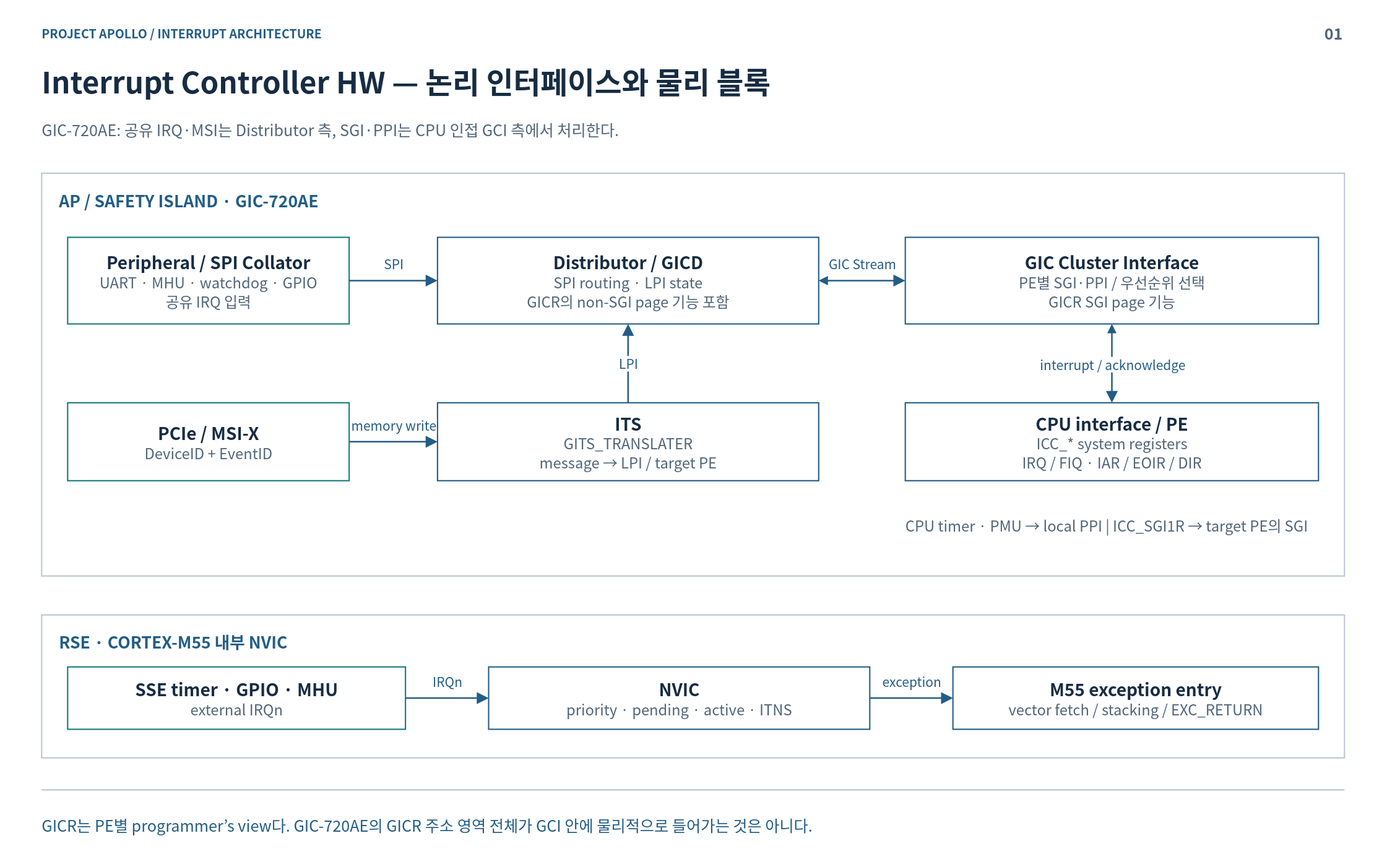
The draw.io diagram doc/phase1/interrupt/diagrams/01-hardware.drawio.svg in cometzero/project-apollo, before a commit. Source tidied: cells renumbered, new cells last; positions are measured from the earlier drawing's top-left corner, leaving out a move shared by most shapes.
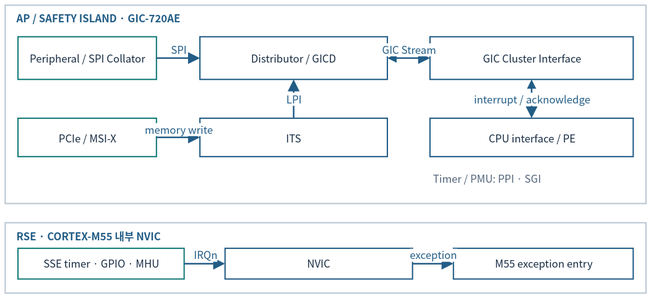
After the commit.

The edit, as a diff of the source:
```diff
@@ -2,101 +2,77 @@
   <root>
     <mxCell id="0" />
     <mxCell id="1" parent="0" />
-    <mxCell id="2" style="rounded=0;whiteSpace=wrap;html=1;fillColor=#FFFFFF;strokeColor=none;strokeWidth=1.5;fontColor=#172C43;fontFamily=Noto Sans CJK KR;fontSize=18;spacing=14;" parent="1" vertex="1">
-      <mxGeometry width="1600" height="1000" as="geometry" />
-    </mxCell>
-    <mxCell id="3" value="PROJECT APOLLO  /  INTERRUPT ARCHITECTURE" style="rounded=0;whiteSpace=wrap;html=1;fillColor=#FFFFFF;strokeColor=none;strokeWidth=1.5;fontColor=#172C43;fontFamily=Noto Sans CJK KR;fontSize=18;spacing=14;fillColor=none;align=left;verticalAlign=middle;spacing=0;fontSize=14;fontColor=#235D86;fontStyle=1;" parent="1" vertex="1">
-      <mxGeometry x="48" y="26" width="1400" height="24" as="geometry" />
-    </mxCell>
-    <mxCell id="4" value="01" style="rounded=0;whiteSpace=wrap;html=1;fillColor=#FFFFFF;strokeColor=none;strokeWidth=1.5;fontColor=#172C43;fontFamily=Noto Sans CJK KR;fontSize=18;spacing=14;fillColor=none;align=right;verticalAlign=middle;spacing=0;fontSize=18;fontColor=#52657A;fontStyle=1;" parent="1" vertex="1">
-      <mxGeometry x="1485" y="23" width="65" height="30" as="geometry" />
-    </mxCell>
-    <mxCell id="5" value="Interrupt Controller HW — 논리 인터페이스와 물리 블록" style="rounded=0;whiteSpace=wrap;html=1;fillColor=#FFFFFF;strokeColor=none;strokeWidth=1.5;fontColor=#172C43;fontFamily=Noto Sans CJK KR;fontSize=18;spacing=14;fillColor=none;align=left;verticalAlign=middle;spacing=0;fontSize=34;fontColor=#172C43;fontStyle=1;" parent="1" vertex="1">
-      <mxGeometry x="48" y="67" width="1504" height="54" as="geometry" />
-    </mxCell>
-    <mxCell id="6" value="GIC-720AE: 공유 IRQ·MSI는 Distributor 측, SGI·PPI는 CPU 인접 GCI 측에서 처리한다." style="rounded=0;whiteSpace=wrap;html=1;fillColor=#FFFFFF;strokeColor=none;strokeWidth=1.5;fontColor=#172C43;fontFamily=Noto Sans CJK KR;fontSize=18;spacing=14;fillColor=none;align=left;verticalAlign=middle;spacing=0;fontSize=18;fontColor=#52657A;" parent="1" vertex="1">
-      <mxGeometry x="48" y="127" width="1504" height="44" as="geometry" />
-    </mxCell>
-    <mxCell id="7" style="html=1;rounded=0;edgeStyle=none;endArrow=none;endSize=9;strokeColor=#BAC7D3;strokeWidth=1.6;fontColor=#BAC7D3;fontFamily=Noto Sans CJK KR;fontSize=15;labelBackgroundColor=#FFFFFF;" parent="1" edge="1">
-      <mxGeometry relative="1" as="geometry">
-        <mxPoint x="48" y="912" as="sourcePoint" />
-        <mxPoint x="1552" y="912" as="targetPoint" />
-      </mxGeometry>
-    </mxCell>
-    <mxCell id="8" value="GICR는 PE별 programmer’s view다. GIC-720AE의 GICR 주소 영역 전체가 GCI 안에 물리적으로 들어가는 것은 아니다." style="rounded=0;whiteSpace=wrap;html=1;fillColor=#FFFFFF;strokeColor=none;strokeWidth=1.5;fontColor=#172C43;fontFamily=Noto Sans CJK KR;fontSize=18;spacing=14;fillColor=none;align=left;verticalAlign=middle;spacing=0;fontSize=18;fontColor=#235D86;" parent="1" vertex="1">
-      <mxGeometry x="48" y="926" width="1504" height="52" as="geometry" />
-    </mxCell>
-    <mxCell id="9" style="rounded=0;whiteSpace=wrap;html=1;fillColor=#FFFFFF;strokeColor=#BAC7D3;strokeWidth=1.5;fontColor=#172C43;fontFamily=Noto Sans CJK KR;fontSize=18;spacing=14;" parent="1" vertex="1">
-      <mxGeometry x="48" y="200" width="1504" height="465" as="geometry" />
+    <mxCell id="9" style="rounded=0;whiteSpace=wrap;html=1;fillColor=#FFFFFF;strokeColor=#BAC7D3;strokeWidth=1.5;fontColor=#172C43;fontFamily=Noto Sans CJK KR;fontSize=12;spacing=3;whiteSpace=wrap;" parent="1" vertex="1">
+      <mxGeometry x="12" y="12" width="740" height="228.8" as="geometry" />
     </mxCell>
-    <mxCell id="10" value="AP / SAFETY ISLAND  ·  GIC-720AE" style="rounded=0;whiteSpace=wrap;html=1;fillColor=#FFFFFF;strokeColor=none;strokeWidth=1.5;fontColor=#172C43;fontFamily=Noto Sans CJK KR;fontSize=18;spacing=14;fillColor=none;align=left;verticalAlign=middle;spacing=0;fontSize=19;fontColor=#235D86;fontStyle=1;" parent="1" vertex="1">
-      <mxGeometry x="68" y="215" width="1464" height="32" as="geometry" />
+    <mxCell id="10" value="AP / SAFETY ISLAND  ·  GIC-720AE" style="rounded=0;whiteSpace=wrap;html=1;fillColor=#FFFFFF;strokeColor=none;strokeWidth=1.5;fontColor=#172C43;fontFamily=Noto Sans CJK KR;fillColor=none;align=left;verticalAlign=middle;fontColor=#235D86;fontStyle=1;fontSize=12;spacing=3;whiteSpace=wrap;" parent="1" vertex="1">
+      <mxGeometry x="21.8" y="19.4" width="720.3" height="15.7" as="geometry" />
     </mxCell>
-    <mxCell id="11" value="&lt;b style=&quot;font-size:20px&quot;&gt;Peripheral / SPI Collator&lt;/b&gt;&lt;br&gt;&lt;font color=&quot;#52657A&quot; style=&quot;font-size:17px&quot;&gt;UART · MHU · watchdog · GPIO&lt;br&gt;공유 IRQ 입력&lt;/font&gt;" style="rounded=0;whiteSpace=wrap;html=1;fillColor=#FFFFFF;strokeColor=#147B79;strokeWidth=1.5;fontColor=#172C43;fontFamily=Noto Sans CJK KR;fontSize=18;spacing=14;" parent="1" vertex="1">
-      <mxGeometry x="78" y="274" width="325" height="100" as="geometry" />
+    <mxCell id="11" value="Peripheral / SPI Collator" style="rounded=0;whiteSpace=wrap;html=1;fillColor=#FFFFFF;strokeColor=#147B79;strokeWidth=1.5;fontColor=#172C43;fontFamily=Noto Sans CJK KR;fontSize=12;spacing=3;whiteSpace=wrap;" parent="1" vertex="1">
+      <mxGeometry x="26.8" y="48.4" width="159.9" height="49.2" as="geometry" />
     </mxCell>
-    <mxCell id="12" value="&lt;b style=&quot;font-size:20px&quot;&gt;Distributor / GICD&lt;/b&gt;&lt;br&gt;&lt;font color=&quot;#52657A&quot; style=&quot;font-size:17px&quot;&gt;SPI routing · LPI state&lt;br&gt;GICR의 non-SGI page 기능 포함&lt;/font&gt;" style="rounded=0;whiteSpace=wrap;html=1;fillColor=#FFFFFF;strokeColor=#235D86;strokeWidth=1.5;fontColor=#172C43;fontFamily=Noto Sans CJK KR;fontSize=18;spacing=14;" parent="1" vertex="1">
-      <mxGeometry x="505" y="274" width="440" height="100" as="geometry" />
+    <mxCell id="12" value="Distributor / GICD" style="rounded=0;whiteSpace=wrap;html=1;fillColor=#FFFFFF;strokeColor=#235D86;strokeWidth=1.5;fontColor=#172C43;fontFamily=Noto Sans CJK KR;fontSize=12;spacing=3;whiteSpace=wrap;" parent="1" vertex="1">
+      <mxGeometry x="236.8" y="48.4" width="216.5" height="49.2" as="geometry" />
     </mxCell>
-    <mxCell id="13" value="&lt;b style=&quot;font-size:20px&quot;&gt;GIC Cluster Interface&lt;/b&gt;&lt;br&gt;&lt;font color=&quot;#52657A&quot; style=&quot;font-size:17px&quot;&gt;PE별 SGI·PPI / 우선순위 선택&lt;br&gt;GICR SGI page 기능&lt;/font&gt;" style="rounded=0;whiteSpace=wrap;html=1;fillColor=#FFFFFF;strokeColor=#235D86;strokeWidth=1.5;fontColor=#172C43;fontFamily=Noto Sans CJK KR;fontSize=18;spacing=14;" parent="1" vertex="1">
-      <mxGeometry x="1045" y="274" width="477" height="100" as="geometry" />
+    <mxCell id="13" value="GIC Cluster Interface" style="rounded=0;whiteSpace=wrap;html=1;fillColor=#FFFFFF;strokeColor=#235D86;strokeWidth=1.5;fontColor=#172C43;fontFamily=Noto Sans CJK KR;fontSize=12;spacing=3;whiteSpace=wrap;" parent="1" vertex="1">
+      <mxGeometry x="502.6" y="48.4" width="234.7" height="49.2" as="geometry" />
     </mxCell>
-    <mxCell id="14" value="SPI" style="html=1;whiteSpace=nowrap;rounded=0;edgeStyle=none;endArrow=block;endFill=1;endSize=9;strokeColor=#235D86;strokeWidth=1.8;fontColor=#235D86;fontFamily=Noto Sans CJK KR;fontSize=15;labelBackgroundColor=#FFFFFF;exitX=1;exitY=0.5;exitDx=0;exitDy=0;entryX=0;entryY=0.5;entryDx=0;entryDy=0;" parent="1" edge="1" source="11" target="12">
+    <mxCell id="14" value="SPI" style="html=1;rounded=0;edgeStyle=none;endArrow=block;endFill=1;endSize=9;strokeColor=#235D86;strokeWidth=1.8;fontColor=#235D86;fontFamily=Noto Sans CJK KR;labelBackgroundColor=#FFFFFF;exitX=1;exitY=0.5;exitDx=0;exitDy=0;entryX=0;entryY=0.5;entryDx=0;entryDy=0;fontSize=12;spacing=3;whiteSpace=nowrap;" parent="1" edge="1" source="11" target="12">
       <mxGeometry relative="1" as="geometry">
-        <mxPoint y="-20" as="offset" />
+        <mxPoint y="-9.8" as="offset" />
       </mxGeometry>
     </mxCell>
-    <mxCell id="15" value="GIC Stream" style="html=1;whiteSpace=nowrap;rounded=0;edgeStyle=none;endArrow=block;endFill=1;endSize=9;strokeColor=#235D86;strokeWidth=1.8;fontColor=#235D86;fontFamily=Noto Sans CJK KR;fontSize=15;labelBackgroundColor=#FFFFFF;exitX=1;exitY=0.5;exitDx=0;exitDy=0;entryX=0;entryY=0.5;entryDx=0;entryDy=0;startArrow=block;startFill=1;" parent="1" edge="1" source="12" target="13">
+    <mxCell id="15" value="GIC Stream" style="html=1;rounded=0;edgeStyle=none;endArrow=block;endFill=1;endSize=9;strokeColor=#235D86;strokeWidth=1.8;fontColor=#235D86;fontFamily=Noto Sans CJK KR;labelBackgroundColor=#FFFFFF;exitX=1;exitY=0.5;exitDx=0;exitDy=0;entryX=0;entryY=0.5;entryDx=0;entryDy=0;startArrow=block;startFill=1;fontSize=12;spacing=3;whiteSpace=nowrap;" parent="1" edge="1" source="12" target="13">
       <mxGeometry relative="1" as="geometry">
-        <mxPoint y="-20" as="offset" />
+        <mxPoint y="-9.8" as="offset" />
       </mxGeometry>
     </mxCell>
-    <mxCell id="16" value="&lt;b style=&quot;font-size:20px&quot;&gt;PCIe / MSI-X&lt;/b&gt;&lt;br&gt;&lt;font color=&quot;#52657A&quot; style=&quot;font-size:17px&quot;&gt;DeviceID + EventID&lt;/font&gt;" style="rounded=0;whiteSpace=wrap;html=1;fillColor=#FFFFFF;strokeColor=#147B79;strokeWidth=1.5;fontColor=#172C43;fontFamily=Noto Sans CJK KR;fontSize=18;spacing=14;" parent="1" vertex="1">
-      <mxGeometry x="78" y="465" width="325" height="90" as="geometry" />
+    <mxCell id="16" value="PCIe / MSI-X" style="rounded=0;whiteSpace=wrap;html=1;fillColor=#FFFFFF;strokeColor=#147B79;strokeWidth=1.5;fontColor=#172C43;fontFamily=Noto Sans CJK KR;fontSize=12;spacing=3;whiteSpace=wrap;" parent="1" vertex="1">
+      <mxGeometry x="26.8" y="142.4" width="159.9" height="44.3" as="geometry" />
     </mxCell>
-    <mxCell id="17" value="&lt;b style=&quot;font-size:20px&quot;&gt;ITS&lt;/b&gt;&lt;br&gt;&lt;font color=&quot;#52657A&quot; style=&quot;font-size:17px&quot;&gt;GITS_TRANSLATER&lt;br&gt;message → LPI / target PE&lt;/font&gt;" style="rounded=0;whiteSpace=wrap;html=1;fillColor=#FFFFFF;strokeColor=#235D86;strokeWidth=1.5;fontColor=#172C43;fontFamily=Noto Sans CJK KR;fontSize=18;spacing=14;" parent="1" vertex="1">
-      <mxGeometry x="505" y="465" width="440" height="90" as="geometry" />
+    <mxCell id="17" value="ITS" style="rounded=0;whiteSpace=wrap;html=1;fillColor=#FFFFFF;strokeColor=#235D86;strokeWidth=1.5;fontColor=#172C43;fontFamily=Noto Sans CJK KR;fontSize=12;spacing=3;whiteSpace=wrap;" parent="1" vertex="1">
+      <mxGeometry x="236.8" y="142.4" width="216.5" height="44.3" as="geometry" />
     </mxCell>
-    <mxCell id="18" value="&lt;b style=&quot;font-size:20px&quot;&gt;CPU interface / PE&lt;/b&gt;&lt;br&gt;&lt;font color=&quot;#52657A&quot; style=&quot;font-size:17px&quot;&gt;ICC_* system registers&lt;br&gt;IRQ / FIQ · IAR / EOIR / DIR&lt;/font&gt;" style="rounded=0;whiteSpace=wrap;html=1;fillColor=#FFFFFF;strokeColor=#235D86;strokeWidth=1.5;fontColor=#172C43;fontFamily=Noto Sans CJK KR;fontSize=18;spacing=14;" parent="1" vertex="1">
-      <mxGeometry x="1045" y="465" width="477" height="90" as="geometry" />
+    <mxCell id="18" value="CPU interface / PE" style="rounded=0;whiteSpace=wrap;html=1;fillColor=#FFFFFF;strokeColor=#235D86;strokeWidth=1.5;fontColor=#172C43;fontFamily=Noto Sans CJK KR;fontSize=12;spacing=3;whiteSpace=wrap;" parent="1" vertex="1">
+      <mxGeometry x="502.6" y="142.4" width="234.7" height="44.3" as="geometry" />
     </mxCell>
-    <mxCell id="19" value="memory write" style="html=1;whiteSpace=nowrap;rounded=0;edgeStyle=none;endArrow=block;endFill=1;endSize=9;strokeColor=#235D86;strokeWidth=1.8;fontColor=#235D86;fontFamily=Noto Sans CJK KR;fontSize=15;labelBackgroundColor=#FFFFFF;exitX=1;exitY=0.5;exitDx=0;exitDy=0;entryX=0;entryY=0.5;entryDx=0;entryDy=0;" parent="1" edge="1" source="16" target="17">
+    <mxCell id="19" value="memory write" style="html=1;rounded=0;edgeStyle=none;endArrow=block;endFill=1;endSize=9;strokeColor=#235D86;strokeWidth=1.8;fontColor=#235D86;fontFamily=Noto Sans CJK KR;labelBackgroundColor=#FFFFFF;exitX=1;exitY=0.5;exitDx=0;exitDy=0;entryX=0;entryY=0.5;entryDx=0;entryDy=0;fontSize=12;spacing=3;whiteSpace=nowrap;" parent="1" edge="1" source="16" target="17">
       <mxGeometry relative="1" as="geometry">
-        <mxPoint y="-20" as="offset" />
+        <mxPoint y="-9.8" as="offset" />
       </mxGeometry>
     </mxCell>
-    <mxCell id="20" value="LPI" style="html=1;whiteSpace=nowrap;rounded=0;edgeStyle=none;endArrow=block;endFill=1;endSize=9;strokeColor=#235D86;strokeWidth=1.8;fontColor=#235D86;fontFamily=Noto Sans CJK KR;fontSize=15;labelBackgroundColor=#FFFFFF;exitX=0.5;exitY=0;exitDx=0;exitDy=0;entryX=0.5;entryY=1;entryDx=0;entryDy=0;" parent="1" edge="1" source="17" target="12">
+    <mxCell id="20" value="LPI" style="html=1;rounded=0;edgeStyle=none;endArrow=block;endFill=1;endSize=9;strokeColor=#235D86;strokeWidth=1.8;fontColor=#235D86;fontFamily=Noto Sans CJK KR;labelBackgroundColor=#FFFFFF;exitX=0.5;exitY=0;exitDx=0;exitDy=0;entryX=0.5;entryY=1;entryDx=0;entryDy=0;fontSize=12;spacing=3;whiteSpace=nowrap;" parent="1" edge="1" source="17" target="12">
       <mxGeometry relative="1" as="geometry" />
     </mxCell>
-    <mxCell id="21" value="interrupt / acknowledge" style="html=1;whiteSpace=nowrap;rounded=0;edgeStyle=none;endArrow=block;endFill=1;endSize=9;strokeColor=#235D86;strokeWidth=1.8;fontColor=#235D86;fontFamily=Noto Sans CJK KR;fontSize=15;labelBackgroundColor=#FFFFFF;exitX=0.5;exitY=1;exitDx=0;exitDy=0;entryX=0.5;entryY=0;entryDx=0;entryDy=0;startArrow=block;startFill=1;" parent="1" edge="1" source="13" target="18">
+    <mxCell id="21" value="interrupt / acknowledge" style="html=1;rounded=0;edgeStyle=none;endArrow=block;endFill=1;endSize=9;strokeColor=#235D86;strokeWidth=1.8;fontColor=#235D86;fontFamily=Noto Sans CJK KR;labelBackgroundColor=#FFFFFF;exitX=0.5;exitY=1;exitDx=0;exitDy=0;entryX=0.5;entryY=0;entryDx=0;entryDy=0;startArrow=block;startFill=1;fontSize=12;spacing=3;whiteSpace=nowrap;" parent="1" edge="1" source="13" target="18">
       <mxGeometry relative="1" as="geometry" />
     </mxCell>
-    <mxCell id="22" value="CPU timer · PMU → local PPI  |  ICC_SGI1R → target PE의 SGI" style="rounded=0;whiteSpace=wrap;html=1;fillColor=#FFFFFF;strokeColor=none;strokeWidth=1.5;fontColor=#172C43;fontFamily=Noto Sans CJK KR;fontSize=18;spacing=14;fillColor=none;align=left;verticalAlign=middle;spacing=0;fontSize=17;fontColor=#52657A;" parent="1" vertex="1">
-      <mxGeometry x="1045" y="581" width="477" height="52" as="geometry" />
+    <mxCell id="22" value="Timer / PMU: PPI · SGI" style="rounded=0;whiteSpace=wrap;html=1;fillColor=#FFFFFF;strokeColor=none;strokeWidth=1.5;fontColor=#172C43;fontFamily=Noto Sans CJK KR;fillColor=none;align=left;verticalAlign=middle;fontColor=#52657A;fontSize=12;spacing=3;whiteSpace=wrap;" parent="1" vertex="1">
+      <mxGeometry x="502.6" y="199.5" width="234.7" height="25.6" as="geometry" />
     </mxCell>
-    <mxCell id="23" style="rounded=0;whiteSpace=wrap;html=1;fillColor=#FFFFFF;strokeColor=#BAC7D3;strokeWidth=1.5;fontColor=#172C43;fontFamily=Noto Sans CJK KR;fontSize=18;spacing=14;" parent="1" vertex="1">
-      <mxGeometry x="48" y="710" width="1504" height="165" as="geometry" />
+    <mxCell id="23" style="rounded=0;whiteSpace=wrap;html=1;fillColor=#FFFFFF;strokeColor=#BAC7D3;strokeWidth=1.5;fontColor=#172C43;fontFamily=Noto Sans CJK KR;fontSize=12;spacing=3;whiteSpace=wrap;" parent="1" vertex="1">
+      <mxGeometry x="12" y="262.9" width="740" height="81.2" as="geometry" />
     </mxCell>
-    <mxCell id="24" value="RSE  ·  CORTEX-M55 내부 NVIC" style="rounded=0;whiteSpace=wrap;html=1;fillColor=#FFFFFF;strokeColor=none;strokeWidth=1.5;fontColor=#172C43;fontFamily=Noto Sans CJK KR;fontSize=18;spacing=14;fillColor=none;align=left;verticalAlign=middle;spacing=0;fontSize=19;fontColor=#235D86;fontStyle=1;" parent="1" vertex="1">
-      <mxGeometry x="68" y="725" width="1464" height="32" as="geometry" />
+    <mxCell id="24" value="RSE  ·  CORTEX-M55 내부 NVIC" style="rounded=0;whiteSpace=wrap;html=1;fillColor=#FFFFFF;strokeColor=none;strokeWidth=1.5;fontColor=#172C43;fontFamily=Noto Sans CJK KR;fillColor=none;align=left;verticalAlign=middle;fontColor=#235D86;fontStyle=1;fontSize=12;spacing=3;whiteSpace=wrap;" parent="1" vertex="1">
+      <mxGeometry x="21.8" y="270.3" width="720.3" height="15.7" as="geometry" />
     </mxCell>
-    <mxCell id="25" value="&lt;b style=&quot;font-size:20px&quot;&gt;SSE timer · GPIO · MHU&lt;/b&gt;&lt;br&gt;&lt;font color=&quot;#52657A&quot; style=&quot;font-size:17px&quot;&gt;external IRQn&lt;/font&gt;" style="rounded=0;whiteSpace=wrap;html=1;fillColor=#FFFFFF;strokeColor=#147B79;strokeWidth=1.5;fontColor=#172C43;fontFamily=Noto Sans CJK KR;fontSize=18;spacing=14;" parent="1" vertex="1">
-      <mxGeometry x="78" y="770" width="390" height="72" as="geometry" />
+    <mxCell id="25" value="SSE timer · GPIO · MHU" style="rounded=0;whiteSpace=wrap;html=1;fillColor=#FFFFFF;strokeColor=#147B79;strokeWidth=1.5;fontColor=#172C43;fontFamily=Noto Sans CJK KR;fontSize=12;spacing=3;whiteSpace=wrap;" parent="1" vertex="1">
+      <mxGeometry x="26.8" y="292.4" width="191.9" height="35.4" as="geometry" />
     </mxCell>
-    <mxCell id="26" value="&lt;b style=&quot;font-size:20px&quot;&gt;NVIC&lt;/b&gt;&lt;br&gt;&lt;font color=&quot;#52657A&quot; style=&quot;font-size:17px&quot;&gt;priority · pending · active · ITNS&lt;/font&gt;" style="rounded=0;whiteSpace=wrap;html=1;fillColor=#FFFFFF;strokeColor=#235D86;strokeWidth=1.5;fontColor=#172C43;fontFamily=Noto Sans CJK KR;fontSize=18;spacing=14;" parent="1" vertex="1">
-      <mxGeometry x="564" y="770" width="440" height="72" as="geometry" />
+    <mxCell id="26" value="NVIC" style="rounded=0;whiteSpace=wrap;html=1;fillColor=#FFFFFF;strokeColor=#235D86;strokeWidth=1.5;fontColor=#172C43;fontFamily=Noto Sans CJK KR;fontSize=12;spacing=3;whiteSpace=wrap;" parent="1" vertex="1">
+      <mxGeometry x="265.9" y="292.4" width="216.5" height="35.4" as="geometry" />
     </mxCell>
-    <mxCell id="27" value="&lt;b style=&quot;font-size:20px&quot;&gt;M55 exception entry&lt;/b&gt;&lt;br&gt;&lt;font color=&quot;#52657A&quot; style=&quot;font-size:17px&quot;&gt;vector fetch / stacking / EXC_RETURN&lt;/font&gt;" style="rounded=0;whiteSpace=wrap;html=1;fillColor=#FFFFFF;strokeColor=#235D86;strokeWidth=1.5;fontColor=#172C43;fontFamily=Noto Sans CJK KR;fontSize=18;spacing=14;" parent="1" vertex="1">
-      <mxGeometry x="1100" y="770" width="422" height="72" as="geometry" />
+    <mxCell id="27" value="M55 exception entry" style="rounded=0;whiteSpace=wrap;html=1;fillColor=#FFFFFF;strokeColor=#235D86;strokeWidth=1.5;fontColor=#172C43;fontFamily=Noto Sans CJK KR;fontSize=12;spacing=3;whiteSpace=wrap;" parent="1" vertex="1">
+      <mxGeometry x="529.6" y="292.4" width="207.6" height="35.4" as="geometry" />
     </mxCell>
-    <mxCell id="28" value="IRQn" style="html=1;whiteSpace=nowrap;rounded=0;edgeStyle=none;endArrow=block;endFill=1;endSize=9;strokeColor=#235D86;strokeWidth=1.8;fontColor=#235D86;fontFamily=Noto Sans CJK KR;fontSize=15;labelBackgroundColor=#FFFFFF;exitX=1;exitY=0.5;exitDx=0;exitDy=0;entryX=0;entryY=0.5;entryDx=0;entryDy=0;" parent="1" edge="1" source="25" target="26">
+    <mxCell id="28" value="IRQn" style="html=1;rounded=0;edgeStyle=none;endArrow=block;endFill=1;endSize=9;strokeColor=#235D86;strokeWidth=1.8;fontColor=#235D86;fontFamily=Noto Sans CJK KR;labelBackgroundColor=#FFFFFF;exitX=1;exitY=0.5;exitDx=0;exitDy=0;entryX=0;entryY=0.5;entryDx=0;entryDy=0;fontSize=12;spacing=3;whiteSpace=nowrap;" parent="1" edge="1" source="25" target="26">
       <mxGeometry relative="1" as="geometry">
-        <mxPoint y="-20" as="offset" />
+        <mxPoint y="-9.8" as="offset" />
       </mxGeometry>
     </mxCell>
-    <mxCell id="29" value="exception" style="html=1;whiteSpace=nowrap;rounded=0;edgeStyle=none;endArrow=block;endFill=1;endSize=9;strokeColor=#235D86;strokeWidth=1.8;fontColor=#235D86;fontFamily=Noto Sans CJK KR;fontSize=15;labelBackgroundColor=#FFFFFF;exitX=1;exitY=0.5;exitDx=0;exitDy=0;entryX=0;entryY=0.5;entryDx=0;entryDy=0;" parent="1" edge="1" source="26" target="27">
+    <mxCell id="29" value="exception" style="html=1;rounded=0;edgeStyle=none;endArrow=block;endFill=1;endSize=9;strokeColor=#235D86;strokeWidth=1.8;fontColor=#235D86;fontFamily=Noto Sans CJK KR;labelBackgroundColor=#FFFFFF;exitX=1;exitY=0.5;exitDx=0;exitDy=0;entryX=0;entryY=0.5;entryDx=0;entryDy=0;fontSize=12;spacing=3;whiteSpace=nowrap;" parent="1" edge="1" source="26" target="27">
       <mxGeometry relative="1" as="geometry">
-        <mxPoint y="-20" as="offset" />
+        <mxPoint y="-9.8" as="offset" />
       </mxGeometry>
     </mxCell>
   </root>
```
